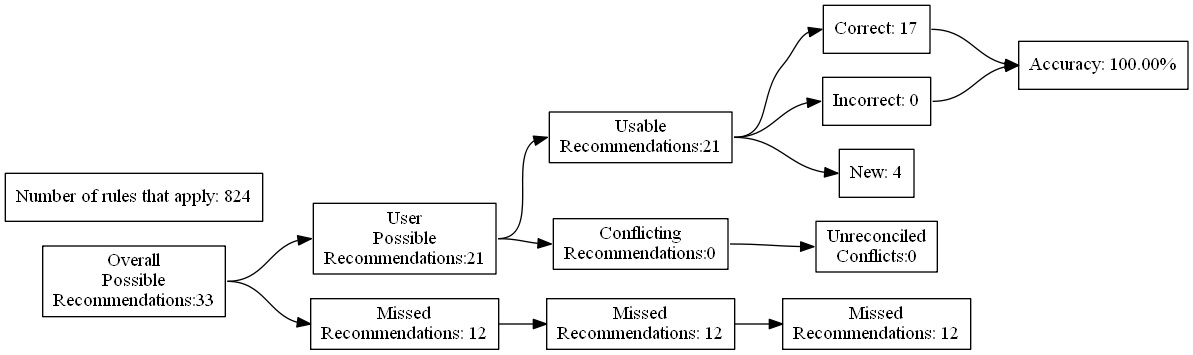
The Graphviz diagram test_renders/32.gv.png in ZaxR/ibd_diet_analysis, before a commit. Its source is kept beside it as test_renders/32.gv.
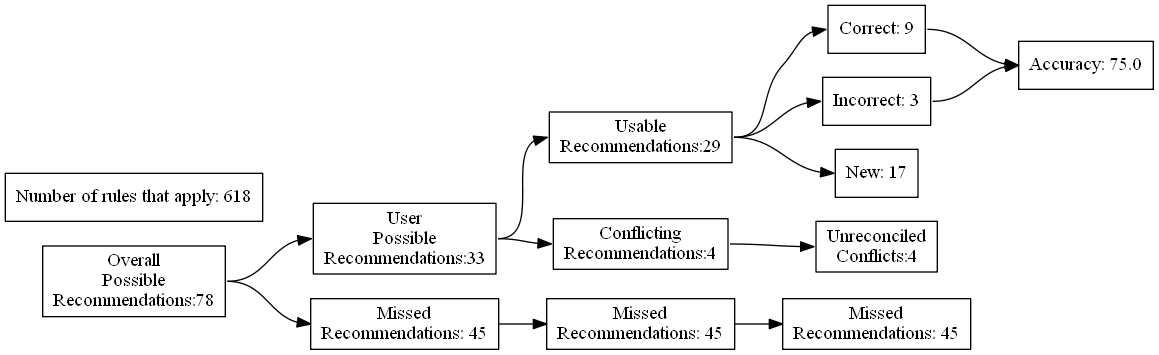
The same file after the commit.

Change to the diagram source:
```diff
@@ -4,27 +4,27 @@
 	edge [headport=w tailport=e]
 		A [label="Overall
 Possible
-Recommendations:33"]
+Recommendations:78"]
 		B [label="User
 Possible
-Recommendations:21"]
+Recommendations:33"]
 		C [label="Missed
-Recommendations: 12"]
+Recommendations: 45"]
 		D [label="Usable
-Recommendations:21"]
+Recommendations:29"]
 		E [label="Conflicting
-Recommendations:0"]
+Recommendations:4"]
 		J [label="Missed
-Recommendations: 12"]
+Recommendations: 45"]
 		M [label="Unreconciled
-Conflicts:0"]
-		F [label="Correct: 17"]
-		G [label="Incorrect: 0"]
-		H [label="New: 4"]
+Conflicts:4"]
+		F [label="Correct: 9"]
+		G [label="Incorrect: 3"]
+		H [label="New: 17"]
 		K [label="Missed
-Recommendations: 12"]
-		I [label="Accuracy: 100.00%"]
-		l [label="Number of rules that apply: 824"]
+Recommendations: 45"]
+		I [label="Accuracy: 75.0"]
+		l [label="Number of rules that apply: 618"]
 			A -> B
 			A -> C
 			B -> D
```
